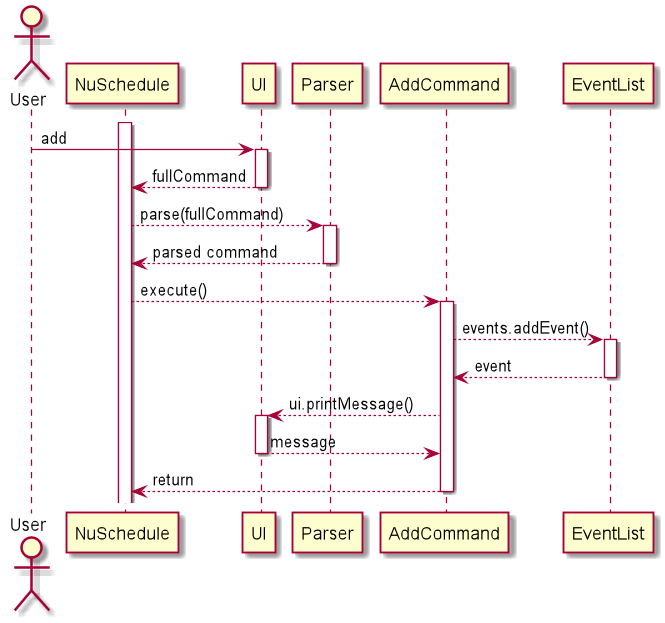
The PlantUML diagram docs/diagrams/AddCommand.png in nus-cs2113-AY2021S1/tp, before a commit. Source of this version:
```plantuml
@startuml
actor User
activate NuSchedule

User -> UI ++ : add
UI --> NuSchedule -- : fullCommand
NuSchedule --> Parser ++ : parse(fullCommand)
Parser --> NuSchedule -- : parsed command
NuSchedule --> AddCommand ++ : execute()
AddCommand --> EventList ++ : events.addEvent()
EventList --> AddCommand -- : event
AddCommand --> UI ++ : ui.printMessage()
UI --> AddCommand -- : message
AddCommand --> NuSchedule -- : return

@enduml
```
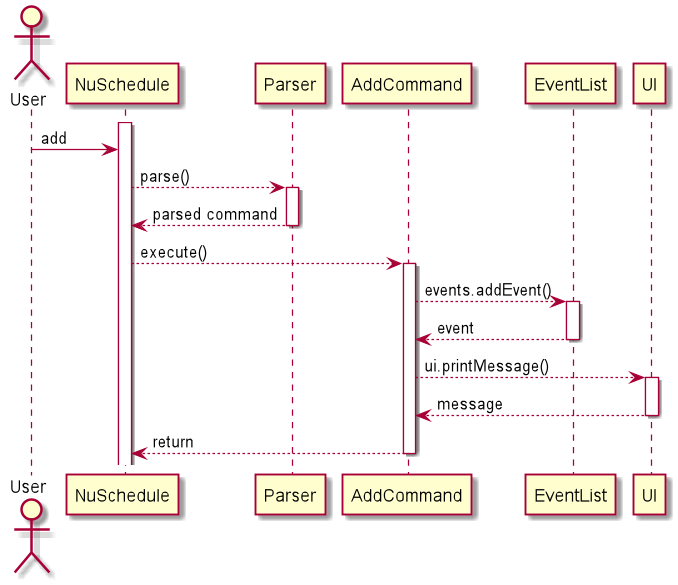
The same file after the commit.

What changed in the source:
```diff
@@ -2,9 +2,8 @@
 actor User
 activate NuSchedule
 
-User -> UI ++ : add
-UI --> NuSchedule -- : fullCommand
-NuSchedule --> Parser ++ : parse(fullCommand)
+User -> NuSchedule : add
+NuSchedule --> Parser ++ : parse()
 Parser --> NuSchedule -- : parsed command
 NuSchedule --> AddCommand ++ : execute()
 AddCommand --> EventList ++ : events.addEvent()
```
